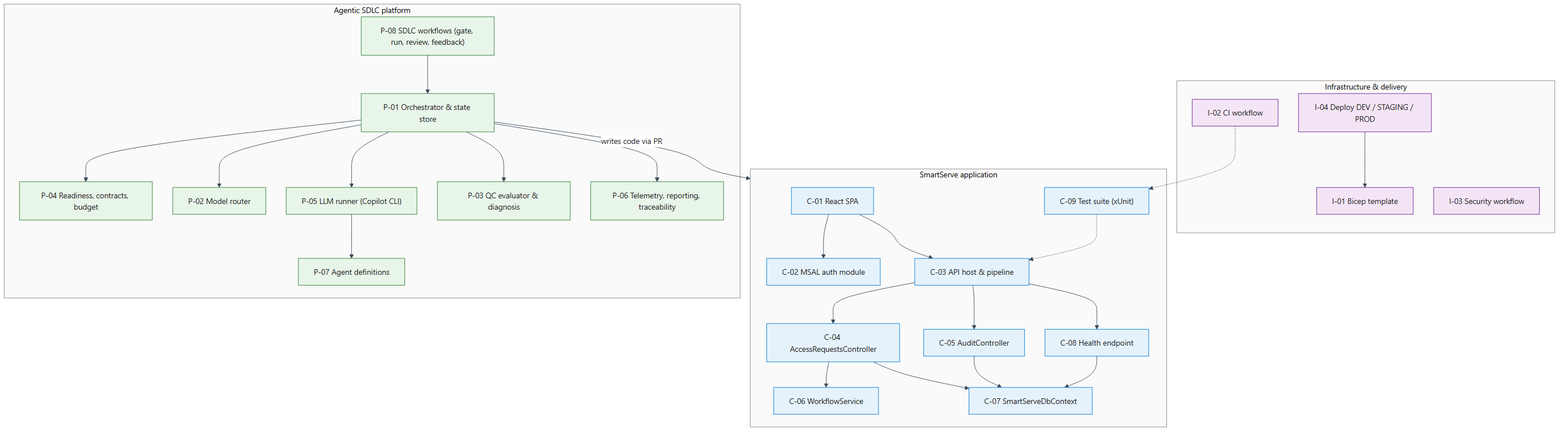
Earlier version of the Mermaid export docs/complete-solution-documentation/diagrams/rendered/29-component-diagram.png (Deepankar-AICloud/AISDLC-V1). Its source is kept beside it as docs/complete-solution-documentation/diagrams/mermaid/29-component-diagram.mmd.
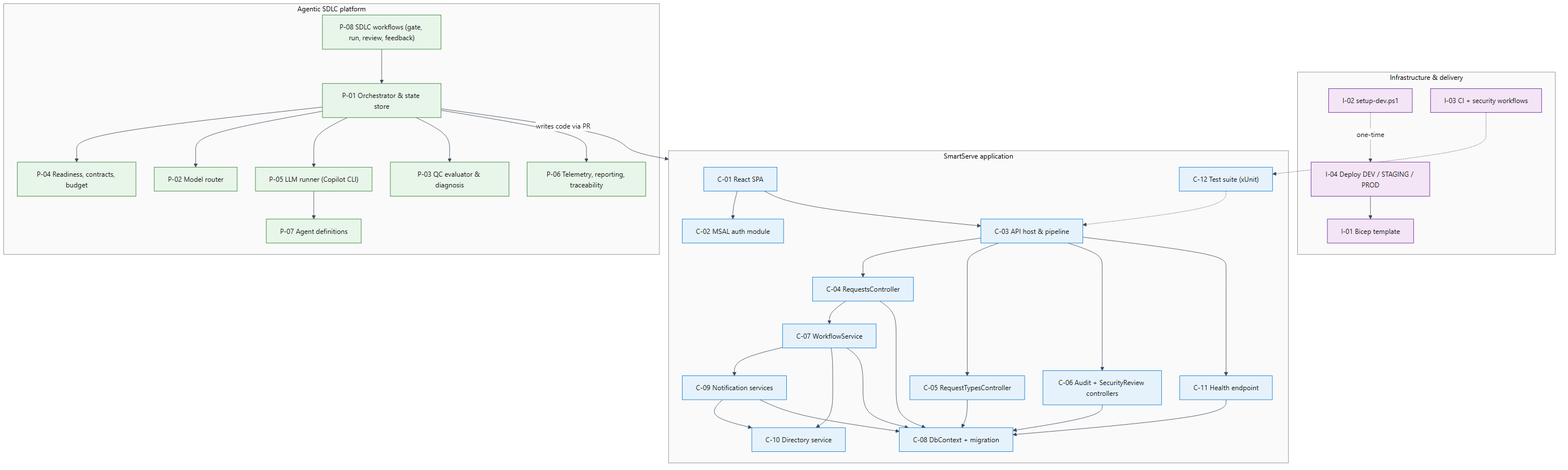
Later version of the same file.

The edit, as a diff of the source:
```diff
@@ -7,17 +7,20 @@
     C01["C-01 React SPA"]:::c
     C02["C-02 MSAL auth module"]:::c
     C03["C-03 API host & pipeline"]:::c
-    C04["C-04 AccessRequestsController"]:::c
-    C05["C-05 AuditController"]:::c
-    C06["C-06 WorkflowService"]:::c
-    C07["C-07 SmartServeDbContext"]:::c
-    C08["C-08 Health endpoint"]:::c
-    C09["C-09 Test suite (xUnit)"]:::c
+    C04["C-04 RequestsController"]:::c
+    C05["C-05 RequestTypesController"]:::c
+    C06["C-06 Audit + SecurityReview controllers"]:::c
+    C07["C-07 WorkflowService"]:::c
+    C08["C-08 DbContext + migration"]:::c
+    C09["C-09 Notification services"]:::c
+    C10["C-10 Directory service"]:::c
+    C11["C-11 Health endpoint"]:::c
+    C12["C-12 Test suite (xUnit)"]:::c
   end
   subgraph INF["Infrastructure & delivery"]
     I01["I-01 Bicep template"]:::i
-    I02["I-02 CI workflow"]:::i
-    I03["I-03 Security workflow"]:::i
+    I02["I-02 setup-dev.ps1"]:::i
+    I03["I-03 CI + security workflows"]:::i
     I04["I-04 Deploy DEV / STAGING / PROD"]:::i
   end
   subgraph PLT["Agentic SDLC platform"]
@@ -31,11 +34,13 @@
     P08["P-08 SDLC workflows (gate, run, review, feedback)"]:::p
   end
   C01 --> C02
-  C01 --> C03 --> C04 & C05 & C08
-  C04 --> C06
-  C04 & C05 & C08 --> C07
-  C09 -.-> C03
-  I02 -.-> C09
+  C01 --> C03 --> C04 & C05 & C06 & C11
+  C04 --> C07 --> C09 --> C10
+  C07 --> C10
+  C04 & C05 & C06 & C07 & C09 & C11 --> C08
+  C12 -.-> C03
+  I03 -.-> C12
+  I02 -.->|"one-time"| I04
   I04 --> I01
   P08 --> P01 --> P04 & P02 & P05 & P03 & P06
   P05 --> P07
```
